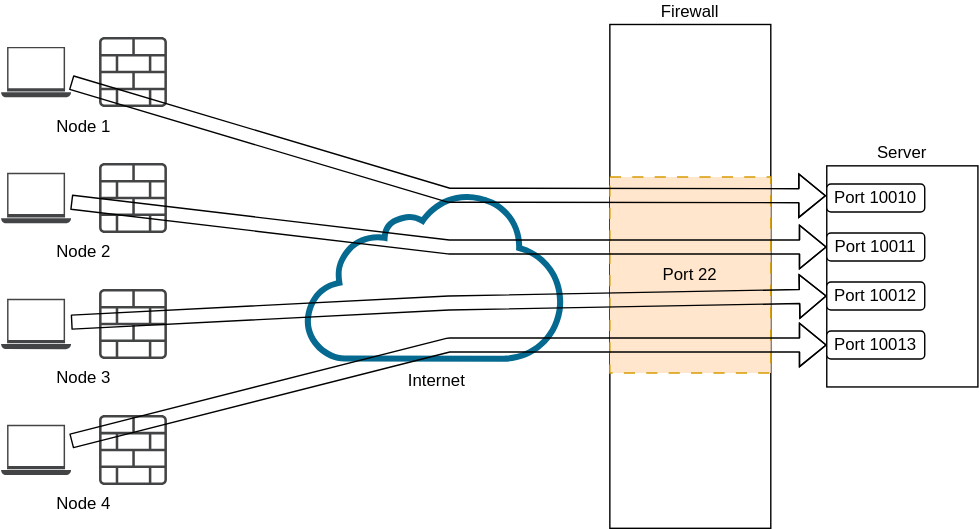
ignis-draco/reverse-ssh-manager keeps this draw.io diagram as struct.drawio.svg. Above is the earlier version. Source tidied: cells renumbered, new cells last; positions are measured from the earlier drawing's top-left corner, leaving out a move shared by most shapes. The source it was exported from:
```xml
<mxGraphModel>
  <root>
    <mxCell id="0" />
    <mxCell id="1" parent="0" />
    <mxCell id="2" value="Firewall" style="whiteSpace=wrap;html=1;verticalAlign=bottom;labelPosition=center;verticalLabelPosition=top;align=center;" parent="1" vertex="1">
      <mxGeometry x="435" width="115" height="360" as="geometry" />
    </mxCell>
    <mxCell id="3" value="Internet" style="sketch=0;shadow=0;dashed=0;html=1;strokeColor=none;labelPosition=center;verticalLabelPosition=bottom;verticalAlign=top;align=center;shape=mxgraph.vvd.cloud_computing;fillColor=#066A90;" parent="1" vertex="1">
      <mxGeometry x="217" y="121" width="187.5" height="120" as="geometry" />
    </mxCell>
    <mxCell id="4" value="Node 1" style="group;verticalAlign=top;labelPosition=center;verticalLabelPosition=bottom;align=center;" parent="1" vertex="1">
      <mxGeometry y="9" width="118.5" height="50" as="geometry" />
    </mxCell>
    <mxCell id="5" style="sketch=0;shadow=0;dashed=0;html=1;strokeColor=none;fillColor=#434445;labelPosition=center;verticalLabelPosition=bottom;verticalAlign=top;align=center;outlineConnect=0;shape=mxgraph.vvd.laptop;" parent="4" vertex="1">
      <mxGeometry y="7" width="50" height="36" as="geometry" />
    </mxCell>
    <mxCell id="6" style="sketch=0;shadow=0;dashed=0;html=1;strokeColor=none;fillColor=#434445;labelPosition=center;verticalLabelPosition=bottom;verticalAlign=top;align=center;shape=mxgraph.vvd.logical_firewall;" parent="4" vertex="1">
      <mxGeometry x="70" width="48.5" height="50" as="geometry" />
    </mxCell>
    <mxCell id="7" value="Node 2" style="group;verticalAlign=top;labelPosition=center;verticalLabelPosition=bottom;align=center;" parent="1" vertex="1">
      <mxGeometry y="99" width="118.5" height="50" as="geometry" />
    </mxCell>
    <mxCell id="8" style="sketch=0;shadow=0;dashed=0;html=1;strokeColor=none;fillColor=#434445;labelPosition=center;verticalLabelPosition=bottom;verticalAlign=top;align=center;outlineConnect=0;shape=mxgraph.vvd.laptop;" parent="7" vertex="1">
      <mxGeometry y="7" width="50" height="36" as="geometry" />
    </mxCell>
    <mxCell id="9" style="sketch=0;shadow=0;dashed=0;html=1;strokeColor=none;fillColor=#434445;labelPosition=center;verticalLabelPosition=bottom;verticalAlign=top;align=center;shape=mxgraph.vvd.logical_firewall;" parent="7" vertex="1">
      <mxGeometry x="70" width="48.5" height="50" as="geometry" />
    </mxCell>
    <mxCell id="10" value="Node 3" style="group;verticalAlign=top;labelPosition=center;verticalLabelPosition=bottom;align=center;" parent="1" vertex="1">
      <mxGeometry y="189" width="118.5" height="50" as="geometry" />
    </mxCell>
    <mxCell id="11" style="sketch=0;shadow=0;dashed=0;html=1;strokeColor=none;fillColor=#434445;labelPosition=center;verticalLabelPosition=bottom;verticalAlign=top;align=center;outlineConnect=0;shape=mxgraph.vvd.laptop;" parent="10" vertex="1">
      <mxGeometry y="7" width="50" height="36" as="geometry" />
    </mxCell>
    <mxCell id="12" style="sketch=0;shadow=0;dashed=0;html=1;strokeColor=none;fillColor=#434445;labelPosition=center;verticalLabelPosition=bottom;verticalAlign=top;align=center;shape=mxgraph.vvd.logical_firewall;" parent="10" vertex="1">
      <mxGeometry x="70" width="48.5" height="50" as="geometry" />
    </mxCell>
    <mxCell id="13" value="Node 4" style="group;verticalAlign=top;labelPosition=center;verticalLabelPosition=bottom;align=center;" parent="1" vertex="1">
      <mxGeometry y="279" width="118.5" height="50" as="geometry" />
    </mxCell>
    <mxCell id="14" style="sketch=0;shadow=0;dashed=0;html=1;strokeColor=none;fillColor=#434445;labelPosition=center;verticalLabelPosition=bottom;verticalAlign=top;align=center;outlineConnect=0;shape=mxgraph.vvd.laptop;" parent="13" vertex="1">
      <mxGeometry y="7" width="50" height="36" as="geometry" />
    </mxCell>
    <mxCell id="15" style="sketch=0;shadow=0;dashed=0;html=1;strokeColor=none;fillColor=#434445;labelPosition=center;verticalLabelPosition=bottom;verticalAlign=top;align=center;shape=mxgraph.vvd.logical_firewall;" parent="13" vertex="1">
      <mxGeometry x="70" width="48.5" height="50" as="geometry" />
    </mxCell>
    <mxCell id="16" value="Port 22" style="rounded=0;whiteSpace=wrap;html=1;fillColor=#ffe6cc;strokeColor=#d79b00;dashed=1;dashPattern=8 8;" parent="1" vertex="1">
      <mxGeometry x="435" y="109" width="115" height="140" as="geometry" />
    </mxCell>
    <mxCell id="17" style="edgeStyle=none;jettySize=auto;html=1;strokeColor=default;entryX=-0.007;entryY=0.419;entryDx=0;entryDy=0;entryPerimeter=0;shape=flexArrow;" parent="1" edge="1" source="5" target="22">
      <mxGeometry relative="1" as="geometry">
        <Array as="points">
          <mxPoint x="320" y="122" />
        </Array>
      </mxGeometry>
    </mxCell>
    <mxCell id="18" style="edgeStyle=none;jettySize=auto;html=1;strokeColor=default;entryX=0;entryY=0.5;entryDx=0;entryDy=0;shape=flexArrow;" parent="1" edge="1" source="8" target="23">
      <mxGeometry relative="1" as="geometry">
        <Array as="points">
          <mxPoint x="320" y="159" />
        </Array>
      </mxGeometry>
    </mxCell>
    <mxCell id="19" style="edgeStyle=none;jettySize=auto;html=1;strokeColor=default;entryX=0;entryY=0.5;entryDx=0;entryDy=0;shape=flexArrow;" parent="1" edge="1" source="11" target="24">
      <mxGeometry relative="1" as="geometry">
        <Array as="points">
          <mxPoint x="320" y="199" />
        </Array>
      </mxGeometry>
    </mxCell>
    <mxCell id="20" style="edgeStyle=none;jettySize=auto;html=1;strokeColor=default;entryX=0;entryY=0.5;entryDx=0;entryDy=0;shape=flexArrow;" parent="1" edge="1" source="14" target="25">
      <mxGeometry relative="1" as="geometry">
        <Array as="points">
          <mxPoint x="320" y="229" />
        </Array>
      </mxGeometry>
    </mxCell>
    <mxCell id="21" value="Server" style="whiteSpace=wrap;html=1;verticalAlign=bottom;labelPosition=center;verticalLabelPosition=top;align=center;" parent="1" vertex="1">
      <mxGeometry x="590" y="101" width="108" height="158" as="geometry" />
    </mxCell>
    <mxCell id="22" value="Port 10010" style="rounded=1;whiteSpace=wrap;html=1;" parent="1" vertex="1">
      <mxGeometry x="590" y="114" width="70" height="20" as="geometry" />
    </mxCell>
    <mxCell id="23" value="Port 10011" style="rounded=1;whiteSpace=wrap;html=1;" parent="1" vertex="1">
      <mxGeometry x="590" y="149" width="70" height="20" as="geometry" />
    </mxCell>
    <mxCell id="24" value="Port 10012" style="rounded=1;whiteSpace=wrap;html=1;" parent="1" vertex="1">
      <mxGeometry x="590" y="184" width="70" height="20" as="geometry" />
    </mxCell>
    <mxCell id="25" value="Port 10013" style="rounded=1;whiteSpace=wrap;html=1;" parent="1" vertex="1">
      <mxGeometry x="590" y="219" width="70" height="20" as="geometry" />
    </mxCell>
  </root>
</mxGraphModel>
```
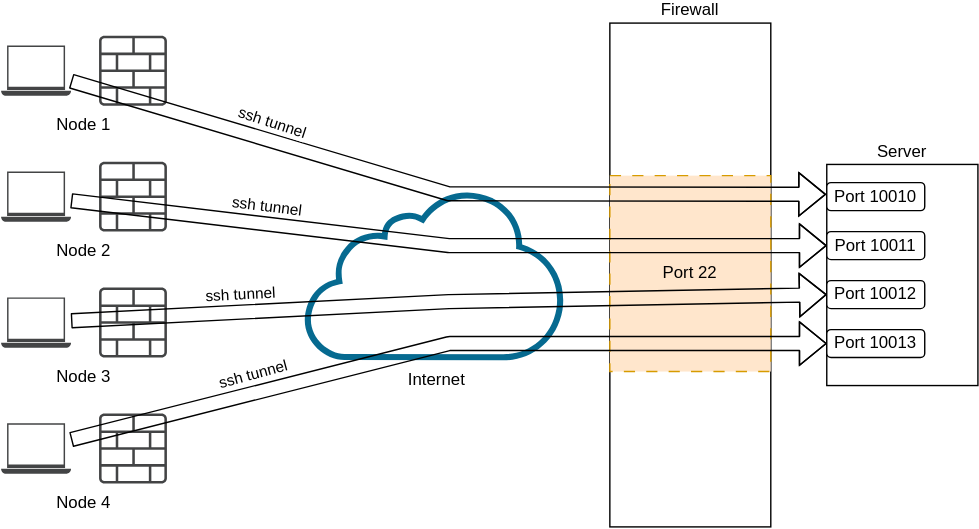
After the commit.

Commit message:
struct info

Diff of the diagram source:
```diff
@@ -47,13 +47,18 @@
     <mxCell id="16" value="Port 22" style="rounded=0;whiteSpace=wrap;html=1;fillColor=#ffe6cc;strokeColor=#d79b00;dashed=1;dashPattern=8 8;" parent="1" vertex="1">
       <mxGeometry x="435" y="109" width="115" height="140" as="geometry" />
     </mxCell>
-    <mxCell id="17" style="edgeStyle=none;jettySize=auto;html=1;strokeColor=default;entryX=-0.007;entryY=0.419;entryDx=0;entryDy=0;entryPerimeter=0;shape=flexArrow;" parent="1" edge="1" source="5" target="22">
+    <mxCell id="17" style="edgeStyle=none;jettySize=auto;html=1;strokeColor=default;entryX=-0.007;entryY=0.419;entryDx=0;entryDy=0;entryPerimeter=0;shape=flexArrow;labelPosition=center;verticalLabelPosition=top;align=center;verticalAlign=top;" parent="1" edge="1" source="5" target="22">
       <mxGeometry relative="1" as="geometry">
         <Array as="points">
           <mxPoint x="320" y="122" />
         </Array>
       </mxGeometry>
     </mxCell>
+    <mxCell id="26" value="ssh tunnel" style="edgeLabel;html=1;align=center;verticalAlign=middle;rotation=18;" parent="17" vertex="1">
+      <mxGeometry x="-0.46" y="1" relative="1" as="geometry">
+        <mxPoint y="-13" as="offset" />
+      </mxGeometry>
+    </mxCell>
     <mxCell id="18" style="edgeStyle=none;jettySize=auto;html=1;strokeColor=default;entryX=0;entryY=0.5;entryDx=0;entryDy=0;shape=flexArrow;" parent="1" edge="1" source="8" target="23">
       <mxGeometry relative="1" as="geometry">
         <Array as="points">
@@ -61,6 +66,11 @@
         </Array>
       </mxGeometry>
     </mxCell>
+    <mxCell id="27" value="ssh tunnel" style="edgeLabel;html=1;align=center;verticalAlign=middle;rotation=7;" parent="18" vertex="1">
+      <mxGeometry x="-0.48" y="4" relative="1" as="geometry">
+        <mxPoint y="-9" as="offset" />
+      </mxGeometry>
+    </mxCell>
     <mxCell id="19" style="edgeStyle=none;jettySize=auto;html=1;strokeColor=default;entryX=0;entryY=0.5;entryDx=0;entryDy=0;shape=flexArrow;" parent="1" edge="1" source="11" target="24">
       <mxGeometry relative="1" as="geometry">
         <Array as="points">
@@ -68,6 +78,11 @@
         </Array>
       </mxGeometry>
     </mxCell>
+    <mxCell id="28" value="ssh tunnel" style="edgeLabel;html=1;align=center;verticalAlign=middle;rotation=357;" parent="19" vertex="1">
+      <mxGeometry x="-0.57" y="6" relative="1" as="geometry">
+        <mxPoint x="5" y="-7" as="offset" />
+      </mxGeometry>
+    </mxCell>
     <mxCell id="20" style="edgeStyle=none;jettySize=auto;html=1;strokeColor=default;entryX=0;entryY=0.5;entryDx=0;entryDy=0;shape=flexArrow;" parent="1" edge="1" source="14" target="25">
       <mxGeometry relative="1" as="geometry">
         <Array as="points">
@@ -75,6 +90,11 @@
         </Array>
       </mxGeometry>
     </mxCell>
+    <mxCell id="29" value="ssh tunnel" style="edgeLabel;html=1;align=center;verticalAlign=middle;rotation=345;" parent="20" vertex="1">
+      <mxGeometry x="-0.46" y="-1" relative="1" as="geometry">
+        <mxPoint x="-15" y="-11" as="offset" />
+      </mxGeometry>
+    </mxCell>
     <mxCell id="21" value="Server" style="whiteSpace=wrap;html=1;verticalAlign=bottom;labelPosition=center;verticalLabelPosition=top;align=center;" parent="1" vertex="1">
       <mxGeometry x="590" y="101" width="108" height="158" as="geometry" />
     </mxCell>
```
